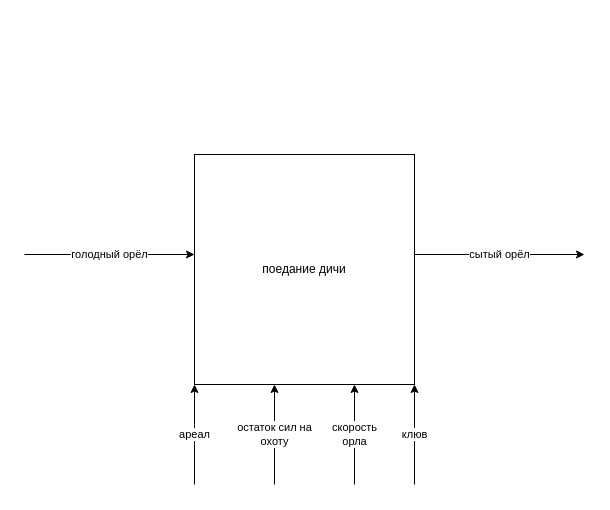
Before: page "а0" (1 of 2) of Untitled Diagram.drawio in Igorchuvaev/bp, a draw.io diagram. Source tidied: cells renumbered, new cells numbered last; positions are measured from the earlier drawing's top-left corner, leaving out a move shared by most shapes. Both pictures are drawn from the tidied source at 100%, with x=0, y=0 at pixel (24, 154).
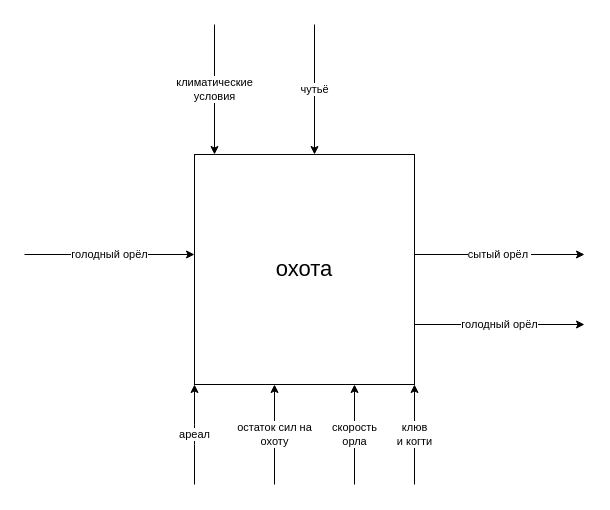
After the change.

The edit, as a diff of the source:
```diff
@@
-    <mxCell id="2" value="поедание дичи" style="rounded=0;whiteSpace=wrap;html=1;" parent="1" vertex="1">
+    <mxCell id="2" value="&lt;font style=&quot;font-size: 22px&quot;&gt;охота&lt;/font&gt;" style="rounded=0;whiteSpace=wrap;html=1;" parent="1" vertex="1">
       <mxGeometry x="170" width="220" height="230" as="geometry" />
     </mxCell>
@@
-    <mxCell id="4" value="сытый орёл" style="endArrow=classic;html=1;" parent="1" edge="1">
+    <mxCell id="4" value="сытый орёл&amp;nbsp;" style="endArrow=classic;html=1;" parent="1" edge="1">
       <mxGeometry relative="1" as="geometry">
         <mxPoint x="390" y="100" as="sourcePoint" />
         <mxPoint x="560" y="100" as="targetPoint" />
       </mxGeometry>
     </mxCell>
@@
-    <mxCell id="8" value="клюв" style="endArrow=classic;html=1;" parent="1" edge="1">
+    <mxCell id="8" value="клюв&lt;br&gt;и когти" style="endArrow=classic;html=1;" parent="1" edge="1">
       <mxGeometry relative="1" as="geometry">
         <mxPoint x="390" y="330" as="sourcePoint" />
         <mxPoint x="390" y="230" as="targetPoint" />
       </mxGeometry>
     </mxCell>
+    <mxCell id="9" value="голодный орёл" style="endArrow=classic;html=1;" parent="1" edge="1">
+      <mxGeometry relative="1" as="geometry">
+        <mxPoint x="390" y="170" as="sourcePoint" />
+        <mxPoint x="560" y="170" as="targetPoint" />
+      </mxGeometry>
+    </mxCell>
+    <mxCell id="10" value="климатические&lt;br&gt;условия" style="endArrow=classic;html=1;" parent="1" edge="1">
+      <mxGeometry relative="1" as="geometry">
+        <mxPoint x="190" y="-130" as="sourcePoint" />
+        <mxPoint x="190" as="targetPoint" />
+      </mxGeometry>
+    </mxCell>
+    <mxCell id="11" value="чутьё" style="endArrow=classic;html=1;" parent="1" edge="1">
+      <mxGeometry relative="1" as="geometry">
+        <mxPoint x="290" y="-130" as="sourcePoint" />
+        <mxPoint x="290" as="targetPoint" />
+      </mxGeometry>
+    </mxCell>
```
